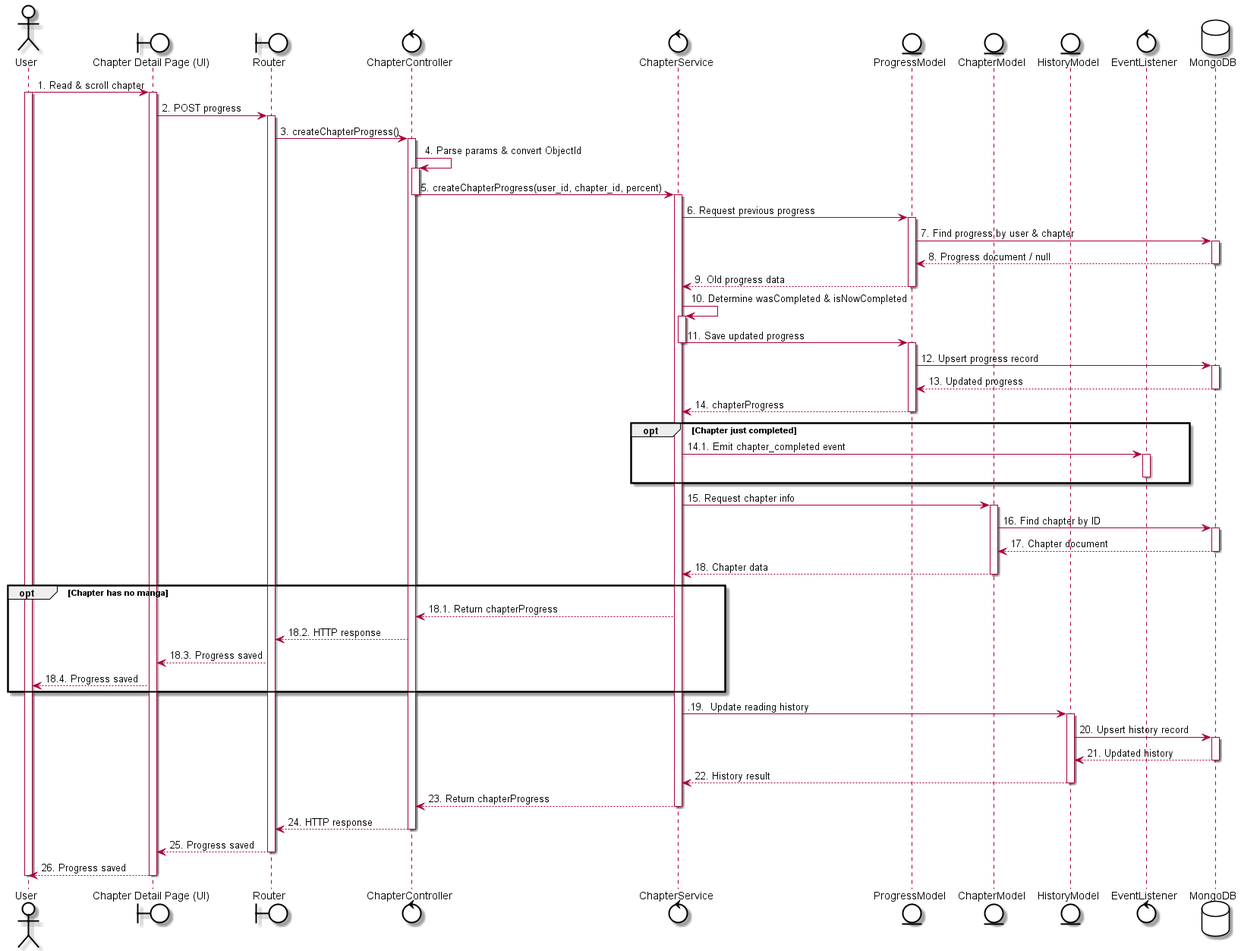
Before: out/uc30 - Progress tracking/uc30 - Progress tracking.png, a diagram exported from PlantUML (LGK1412/sequence_sep490_01).
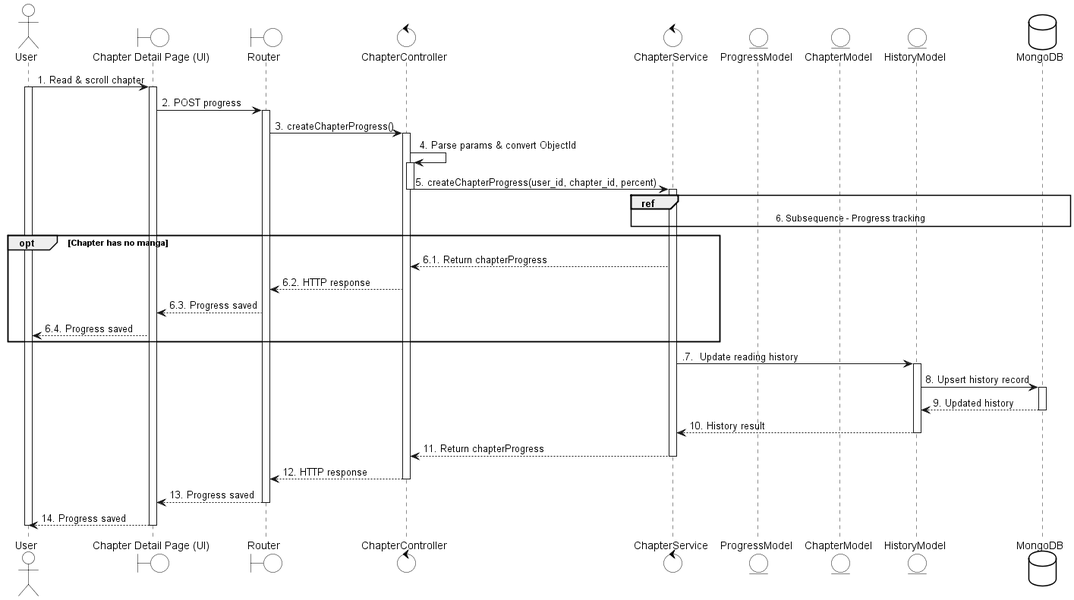
The same file after the commit.

What changed in the source:
```diff
@@ -21,7 +21,6 @@
 entity ProgressModel
 entity ChapterModel
 entity HistoryModel
-control EventListener
 database MongoDB
 
 User -> UI: 1. Read & scroll chapter
@@ -36,68 +35,34 @@
 activate ChapterController
 ChapterController -> ChapterService: 5. createChapterProgress(user_id, chapter_id, percent)
 deactivate ChapterController
-
-activate ChapterService
-ChapterService -> ProgressModel: 6. Request previous progress
-activate ProgressModel
-ProgressModel -> MongoDB: 7. Find progress by user & chapter
-activate MongoDB
-MongoDB --> ProgressModel: 8. Progress document / null
-deactivate MongoDB
-ProgressModel --> ChapterService: 9. Old progress data
-deactivate ProgressModel
-
-ChapterService -> ChapterService: 10. Determine wasCompleted & isNowCompleted
 activate ChapterService
 
-
-ChapterService -> ProgressModel: 11. Save updated progress
-deactivate ChapterService
-activate  ProgressModel
-ProgressModel -> MongoDB: 12. Upsert progress record
-activate MongoDB
-MongoDB --> ProgressModel: 13. Updated progress
-deactivate MongoDB
-ProgressModel --> ChapterService: 14. chapterProgress
-deactivate ProgressModel
-
-opt Chapter just completed
-    ChapterService -> EventListener: 14.1. Emit chapter_completed event
-    activate EventListener
-    deactivate EventListener
-end
-
-ChapterService -> ChapterModel: 15. Request chapter info
-activate ChapterModel
-ChapterModel -> MongoDB: 16. Find chapter by ID
-activate MongoDB
-MongoDB --> ChapterModel: 17. Chapter document
-deactivate MongoDB
-ChapterModel --> ChapterService: 18. Chapter data
-deactivate ChapterModel
+ref over ChapterService, ProgressModel, ChapterModel, MongoDB
+    6. Subsequence - Progress tracking
+end ref
 
 opt Chapter has no manga
-    ChapterService --> ChapterController: 18.1. Return chapterProgress
-    ChapterController --> Router: 18.2. HTTP response
-    Router --> UI: 18.3. Progress saved
-    UI --> User: 18.4. Progress saved
+    ChapterService --> ChapterController: 6.1. Return chapterProgress
+    ChapterController --> Router: 6.2. HTTP response
+    Router --> UI: 6.3. Progress saved
+    UI --> User: 6.4. Progress saved
 end
-ChapterService -> HistoryModel:.19.  Update reading history
+ChapterService -> HistoryModel:.7.  Update reading history
 activate HistoryModel
-HistoryModel -> MongoDB: 20. Upsert history record
+HistoryModel -> MongoDB: 8. Upsert history record
 activate MongoDB
-MongoDB --> HistoryModel: 21. Updated history
+MongoDB --> HistoryModel: 9. Updated history
 deactivate MongoDB
-HistoryModel --> ChapterService: 22. History result
+HistoryModel --> ChapterService: 10. History result
 deactivate HistoryModel
 
-ChapterService --> ChapterController: 23. Return chapterProgress
+ChapterService --> ChapterController: 11. Return chapterProgress
 deactivate ChapterService
-ChapterController --> Router: 24. HTTP response
+ChapterController --> Router: 12. HTTP response
 deactivate ChapterController
-Router --> UI: 25. Progress saved
+Router --> UI: 13. Progress saved
 deactivate Router
-UI --> User: 26. Progress saved
+UI --> User: 14. Progress saved
 deactivate UI
 deactivate User
 @enduml
```
